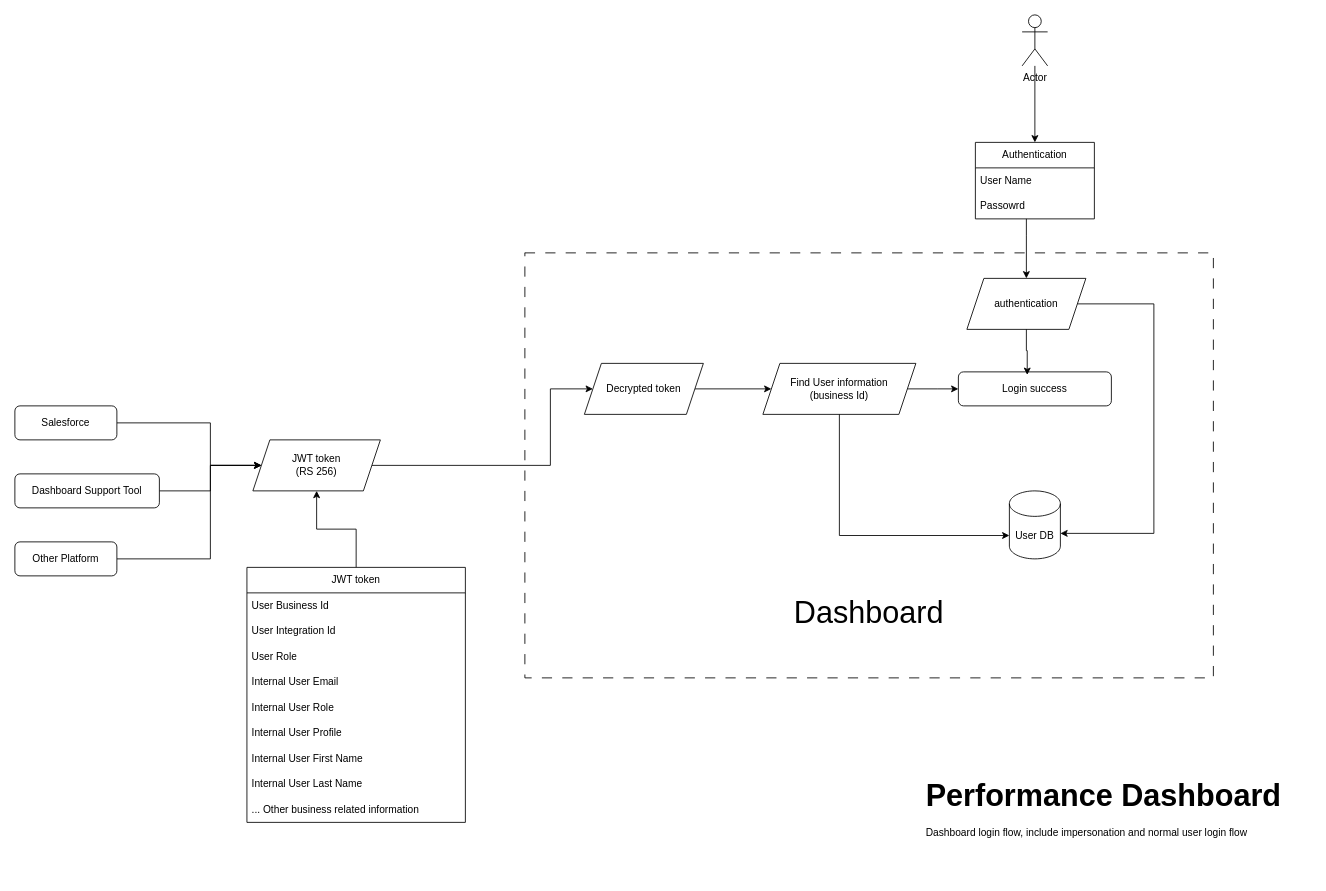
half-6/workflow keeps this draw.io diagram as Dashboard-authenciation.drawio. Above is the earlier version. Source tidied: cells renumbered, new cells numbered last; positions are measured from the earlier drawing's top-left corner, leaving out a move shared by most shapes. Both pictures are drawn from the tidied source at 85%, with x=0, y=0 at pixel (14, 14).
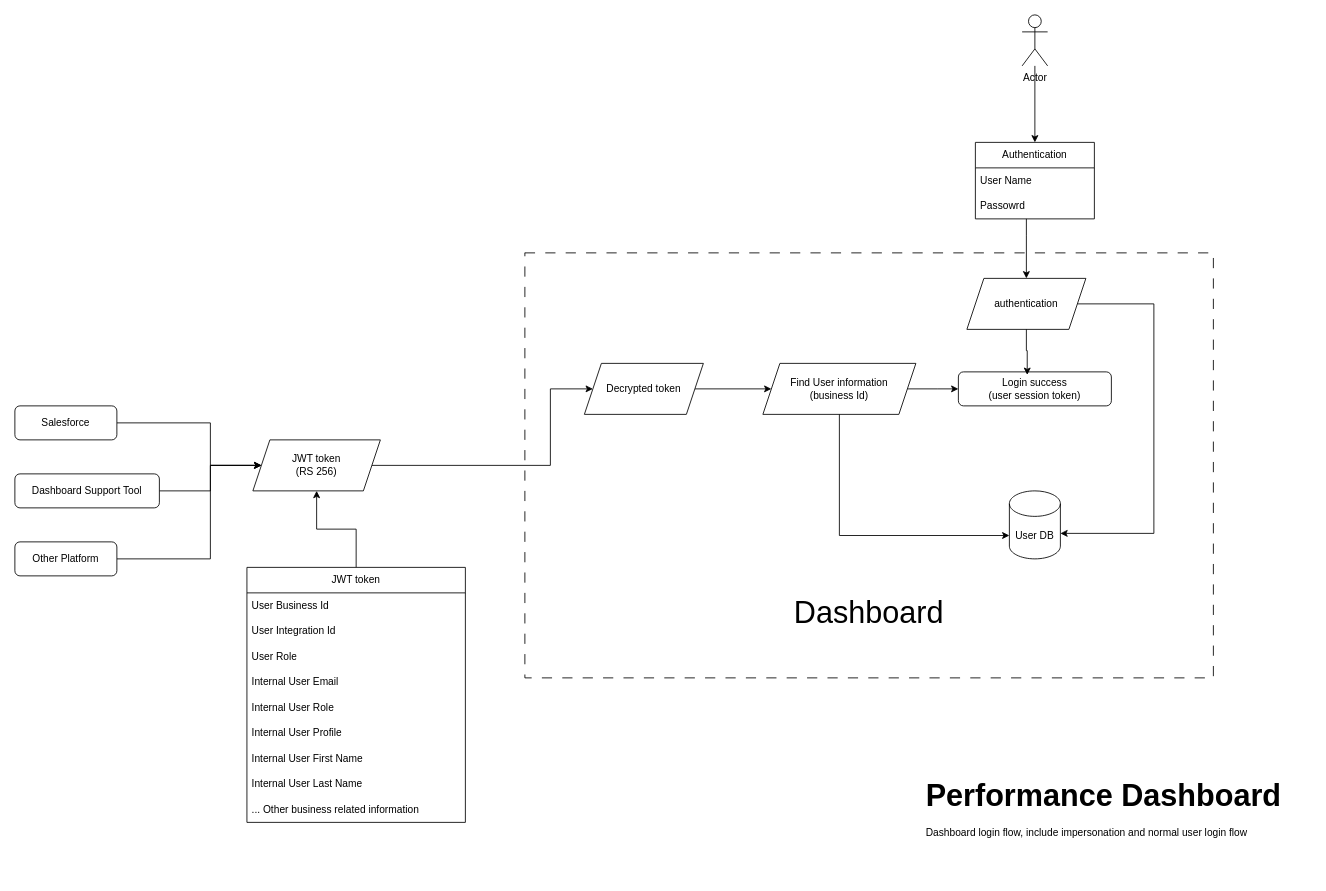
Above is the later version.

Change to the diagram source:
```diff
@@
-    <mxCell id="11" value="Login success" style="rounded=1;whiteSpace=wrap;html=1;fontSize=12;glass=0;strokeWidth=1;shadow=0;" parent="1" vertex="1">
+    <mxCell id="11" value="Login success&lt;div&gt;(user session token)&lt;/div&gt;" style="rounded=1;whiteSpace=wrap;html=1;fontSize=12;glass=0;strokeWidth=1;shadow=0;" parent="1" vertex="1">
       <mxGeometry x="1110" y="420" width="180" height="40" as="geometry" />
     </mxCell>
```
